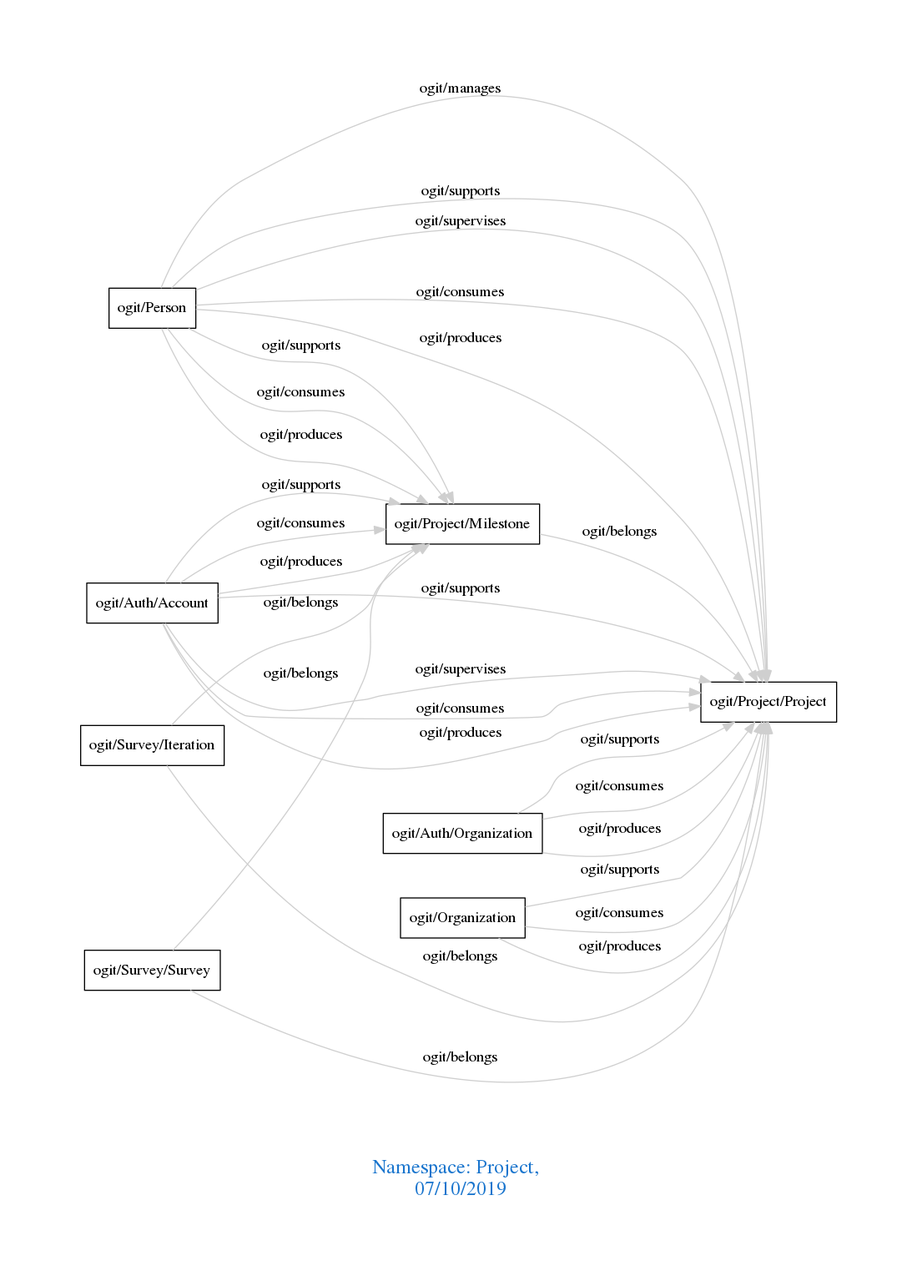
The Graphviz diagram downloads/Project.png in arago/OGIT, before a commit. Its source is kept beside it as downloads/Project.dot.
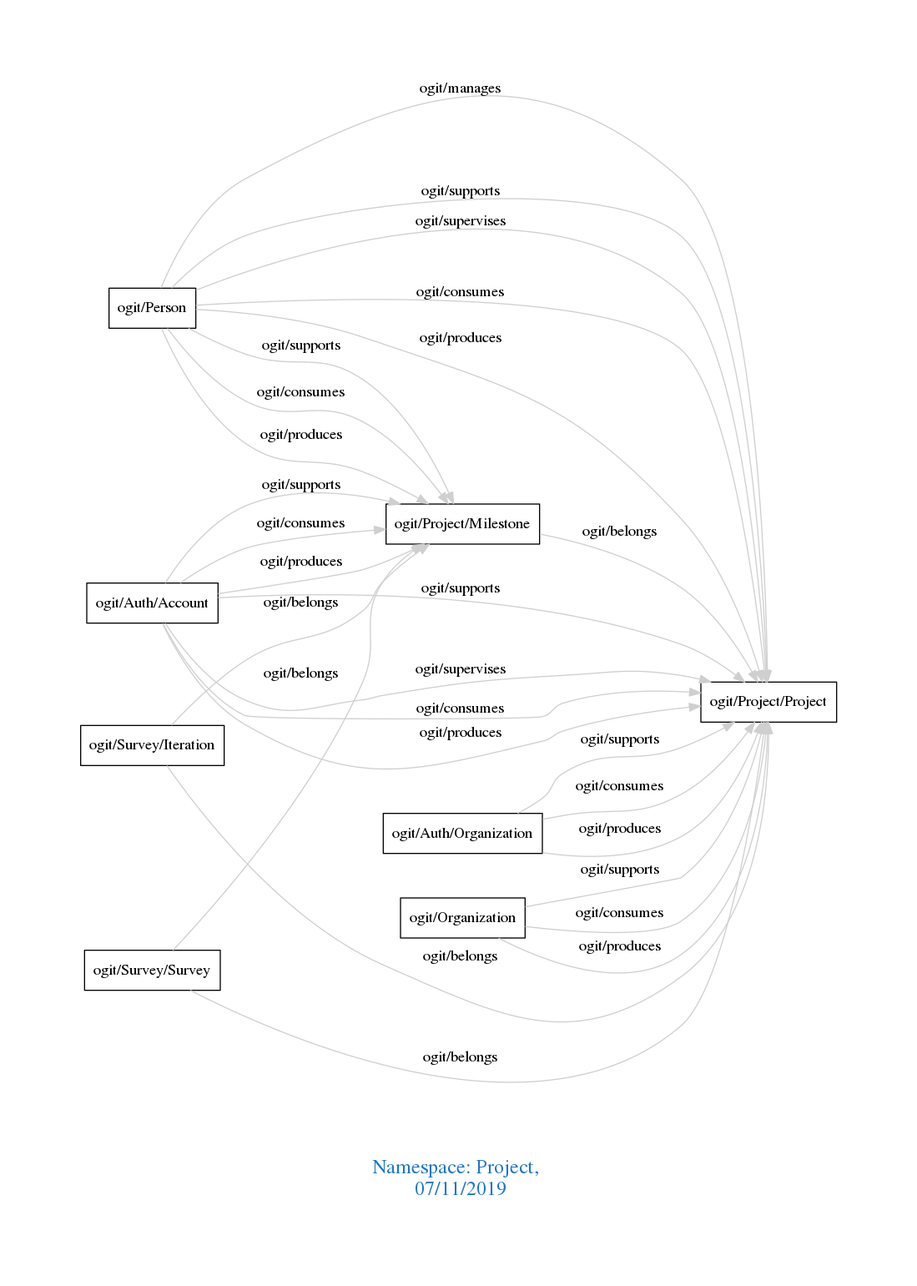
The same file after the commit.

Diff of the diagram source:
```diff
@@ -1,7 +1,7 @@
 digraph OGIT_ontology {
  graph [ rankdir= LR,pad=1
 fontsize = 18,
-fontcolor= dodgerblue3,label = "\n\n\nNamespace: Project, \n 07/10/2019"];
+fontcolor= dodgerblue3,label = "\n\n\nNamespace: Project, \n 07/11/2019"];
 node[shape=polygon];
 edge [  color="gray81"];
 
```
